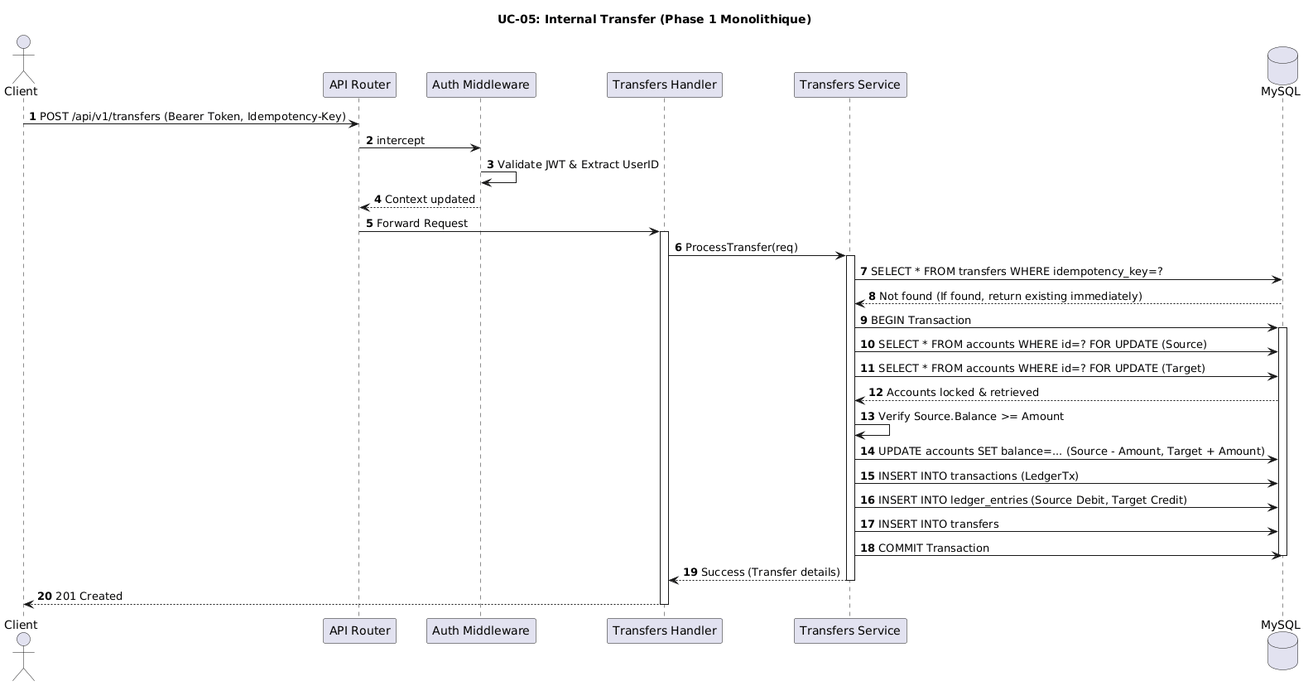
This is docs/architecture/puml/phase1_monolithique/process_view_uc05_transfer.png from VelaSam/CanBankX_Samuel_Velasco, a PlantUML export, as it was before one commit.
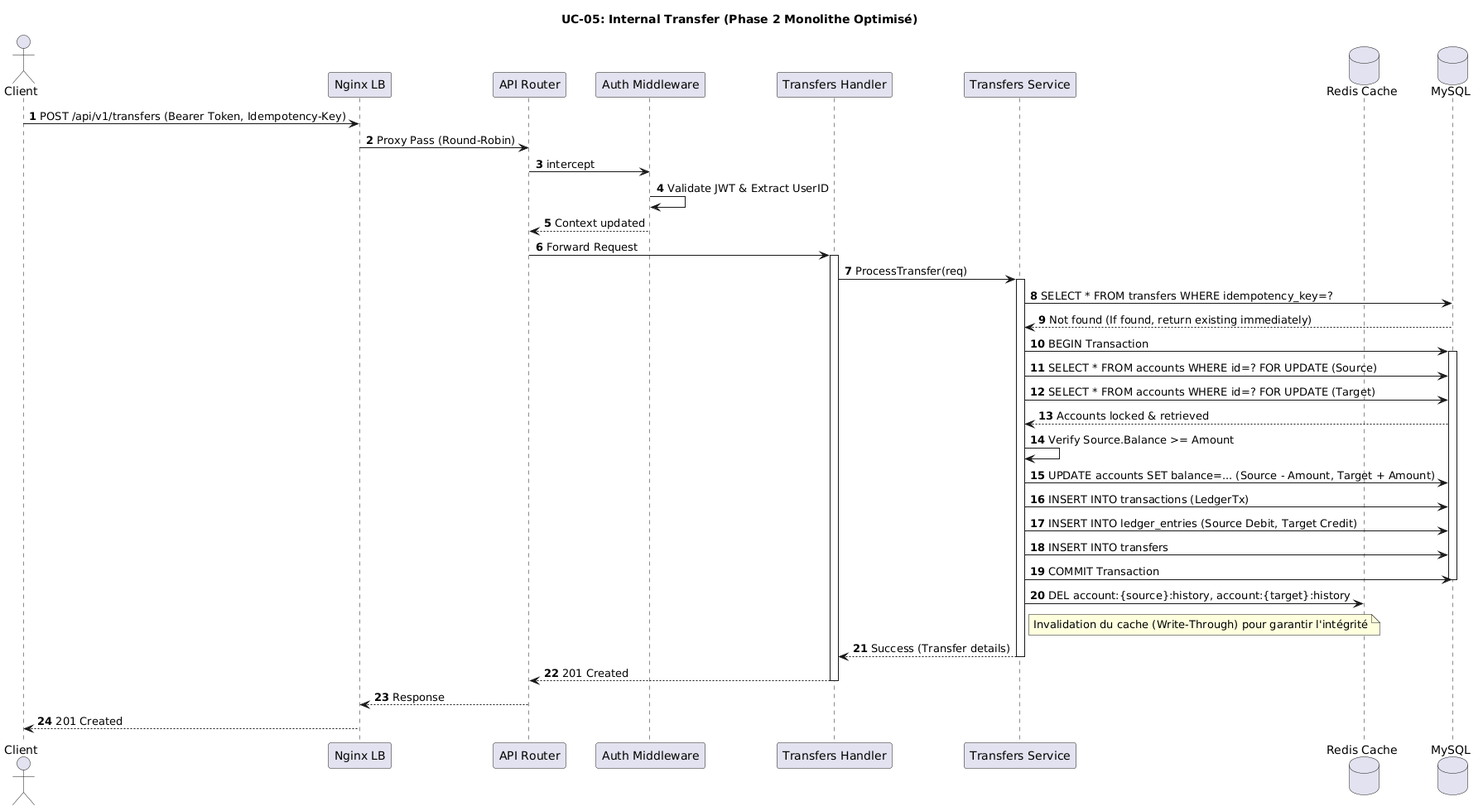
The same file after the commit.

Diff of the diagram source:
```diff
@@ -1,15 +1,18 @@
 @startuml
-title UC-05: Internal Transfer (Phase 1 Monolithique)
+title UC-05: Internal Transfer (Phase 2 Monolithe Optimisé)
 autonumber
 
 actor Client
+participant "Nginx LB" as LB
 participant "API Router" as Router
 participant "Auth Middleware" as Middleware
 participant "Transfers Handler" as Handler
 participant "Transfers Service" as Transfers
+database "Redis Cache" as Redis
 database "MySQL" as DB
 
-Client -> Router: POST /api/v1/transfers (Bearer Token, Idempotency-Key)
+Client -> LB: POST /api/v1/transfers (Bearer Token, Idempotency-Key)
+LB -> Router: Proxy Pass (Round-Robin)
 Router -> Middleware: intercept
 Middleware -> Middleware: Validate JWT & Extract UserID
 Middleware --> Router: Context updated
@@ -36,9 +39,15 @@
 Transfers -> DB: COMMIT Transaction
 deactivate DB
 
+Transfers -> Redis: DEL account:{source}:history, account:{target}:history
+note right of Transfers: Invalidation du cache (Write-Through) pour garantir l'intégrité
+
 Transfers --> Handler: Success (Transfer details)
 deactivate Transfers
 
-Handler --> Client: 201 Created
+Handler --> Router: 201 Created
 deactivate Handler
+
+Router --> LB: Response
+LB --> Client: 201 Created
 @enduml
```
